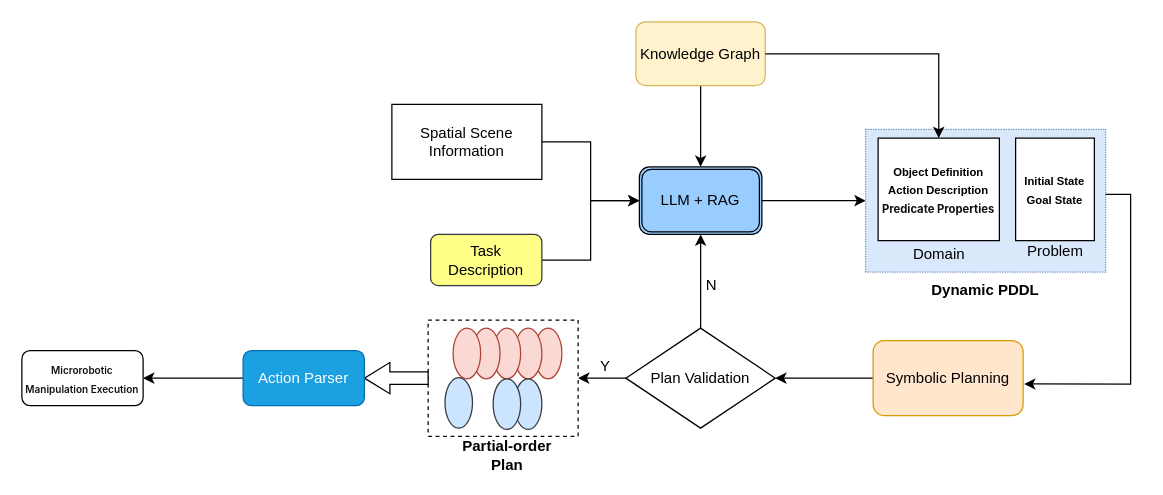
Song-ling-wei/Song-ling-wei keeps this draw.io diagram as pipeline.drawio. Above is the earlier version. Source tidied: cells renumbered, new cells numbered last; positions are measured from the earlier drawing's top-left corner, leaving out a move shared by most shapes. Both pictures are drawn from the tidied source at 125%, with x=0, y=0 at pixel (21, 21).
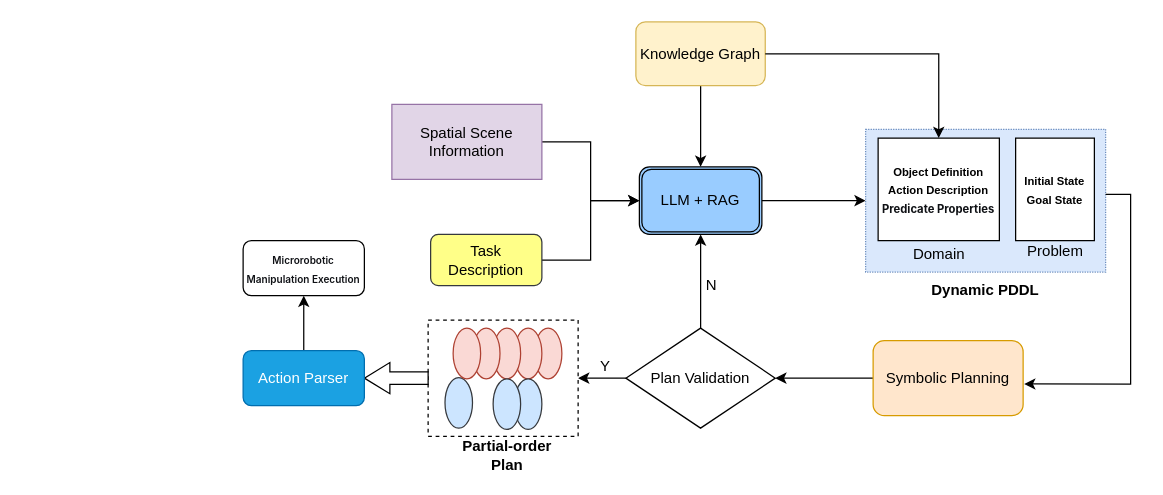
The same diagram, later.

What changed in the source:
```diff
@@
-    <mxCell id="3" value="Spatial Scene&lt;div&gt;Information&lt;/div&gt;" style="rounded=0;whiteSpace=wrap;html=1;" parent="1" vertex="1">
+    <mxCell id="3" value="Spatial Scene&lt;div&gt;Information&lt;/div&gt;" style="rounded=0;whiteSpace=wrap;html=1;fillColor=#e1d5e7;strokeColor=#9673a6;" parent="1" vertex="1">
       <mxGeometry x="296" y="66" width="120" height="60" as="geometry" />
     </mxCell>
@@
     <mxCell id="28" value="&lt;span style=&quot;color: rgb(15, 17, 21); font-family: quote-cjk-patch, Inter, system-ui, -apple-system, BlinkMacSystemFont, &amp;quot;Segoe UI&amp;quot;, Roboto, Oxygen, Ubuntu, Cantarell, &amp;quot;Open Sans&amp;quot;, &amp;quot;Helvetica Neue&amp;quot;, sans-serif; font-size: 8px; font-weight: 600; text-align: start; background-color: rgb(255, 255, 255);&quot;&gt;Microrobotic Manipulation Execution&lt;/span&gt;" style="rounded=1;whiteSpace=wrap;html=1;" parent="1" vertex="1">
-      <mxGeometry y="263" width="97" height="44" as="geometry" />
+      <mxGeometry x="177" y="175" width="97" height="44" as="geometry" />
     </mxCell>
```
